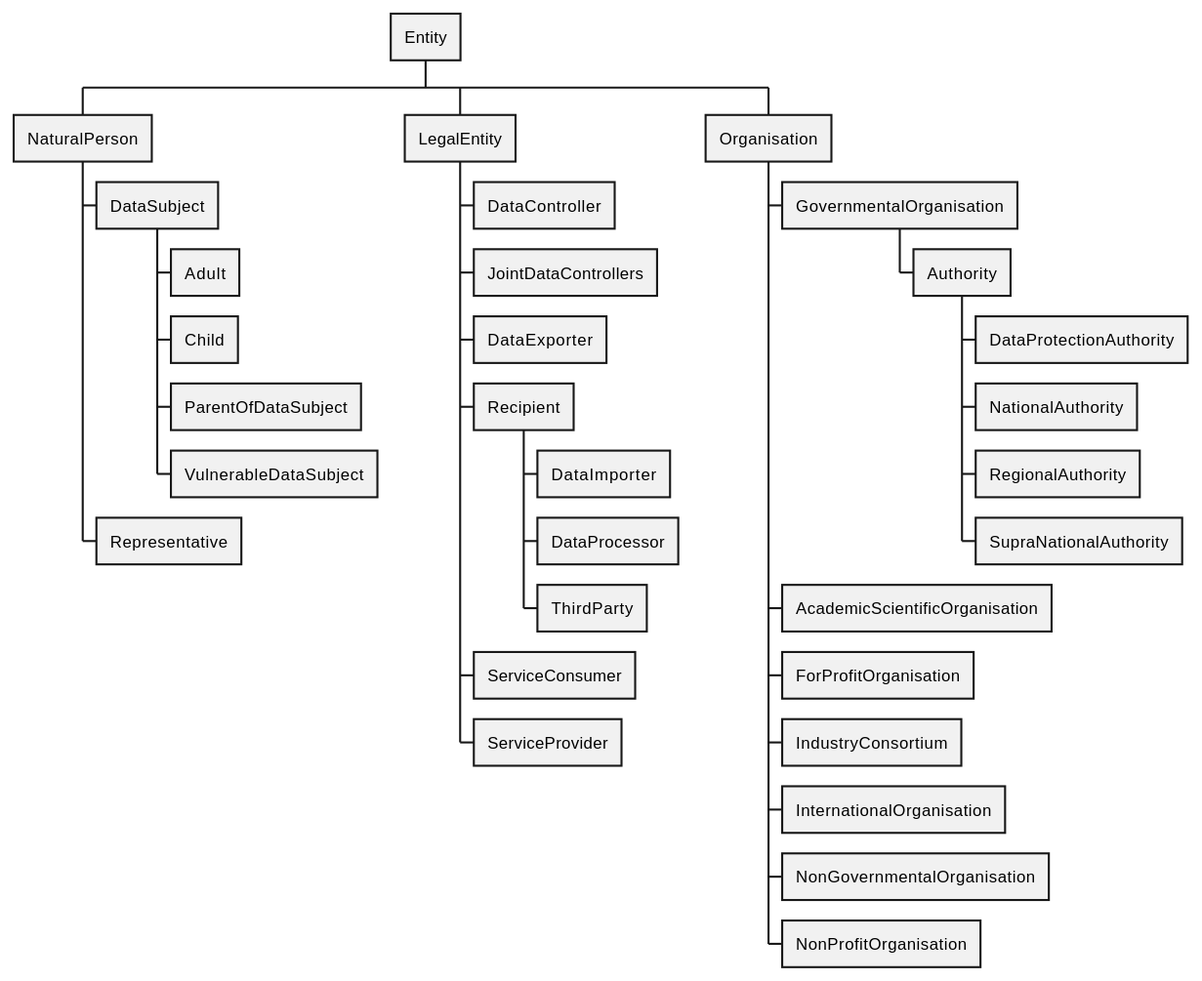
This is 2.1-dev/diagrams/Entities.svg from w3c/dpv, a PlantUML export, as it was before one commit. The source it was exported from:
```plantuml
@startwbs
!include style.plantuml

* Entity
** NaturalPerson
*** DataSubject
**** Adult
**** Child
**** ParentOfDataSubject
**** VulnerableDataSubject
*** Representative
** LegalEntity
*** DataController
*** JointDataControllers
*** DataExporter
*** Recipient
**** DataImporter
**** DataProcessor
**** ThirdParty
*** ServiceConsumer
*** ServiceProvider
** Organisation
*** GovernmentalOrganisation
**** Authority
***** DataProtectionAuthority
***** NationalAuthority
***** RegionalAuthority
***** SupraNationalAuthority
*** AcademicScientificOrganisation
*** ForProfitOrganisation
*** IndustryConsortium
*** InternationalOrganisation
*** NonGovernmentalOrganisation
*** NonProfitOrganisation

@endwbs
```
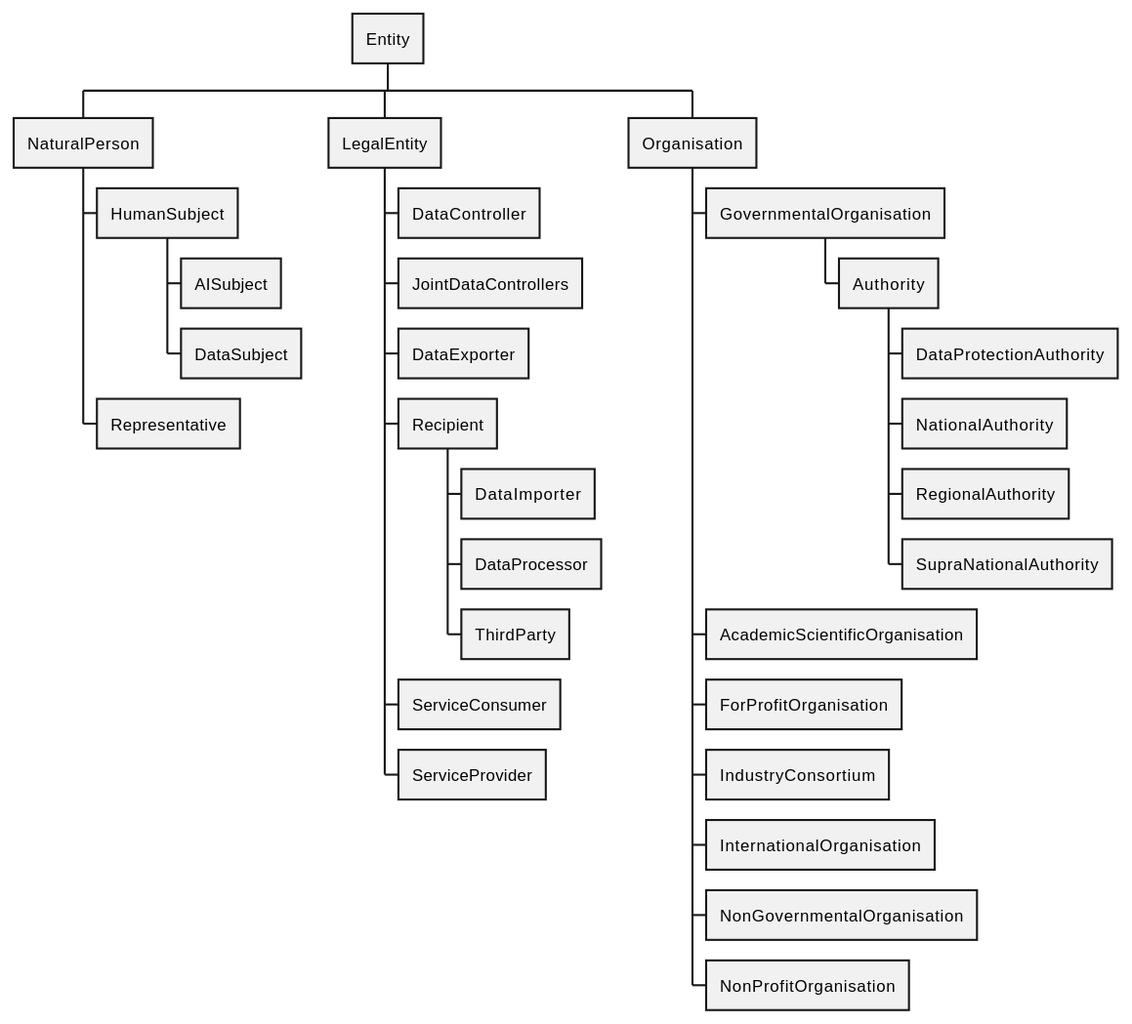
The same diagram one commit later.

Commit message:
diagrams: HumanSubject added (addresses #205 and #198).

Change to the diagram source:
```diff
@@ -3,11 +3,9 @@
 
 * Entity
 ** NaturalPerson
-*** DataSubject
-**** Adult
-**** Child
-**** ParentOfDataSubject
-**** VulnerableDataSubject
+*** HumanSubject
+**** AISubject
+**** DataSubject
 *** Representative
 ** LegalEntity
 *** DataController
```
